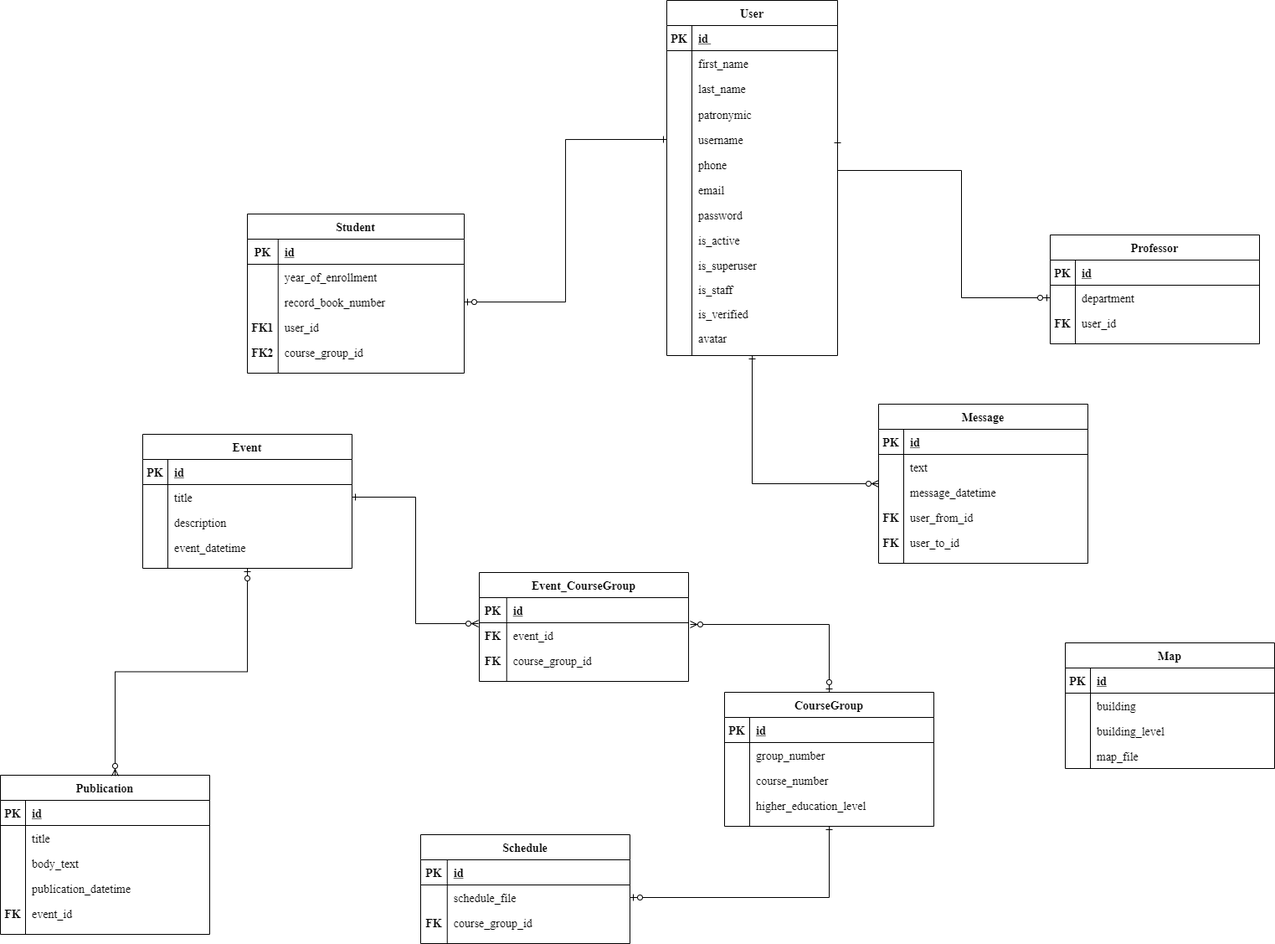
NerdSmith/MyCSF_App keeps this draw.io diagram as diagrams/ER diagram/ER diagram.png. Above is the earlier version. Source tidied: cells renumbered, new cells last; positions are measured from the earlier drawing's top-left corner, leaving out a move shared by most shapes.
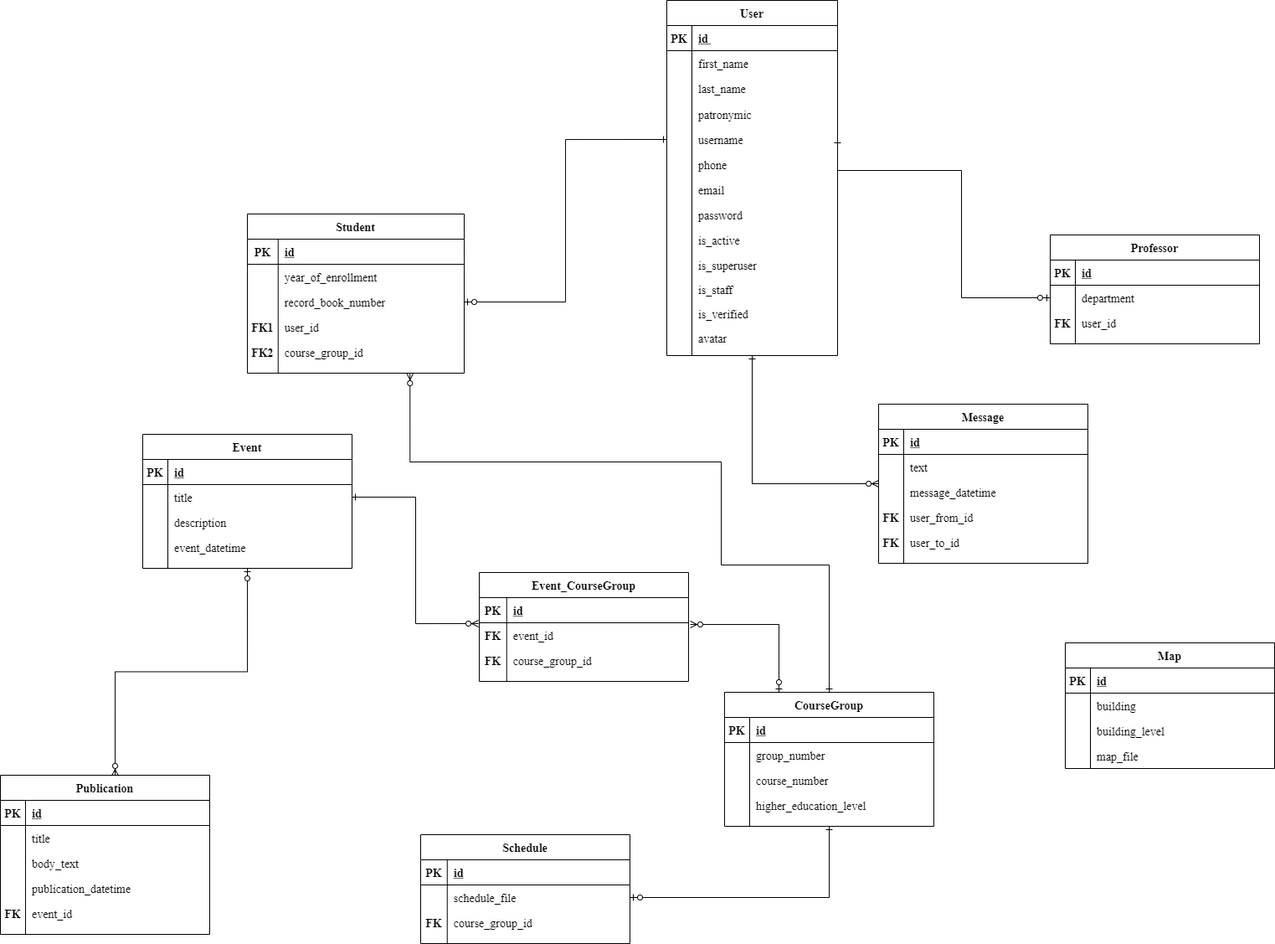
The same file after the commit.

The edit, as a diff of the source:
```diff
@@ -353,7 +353,11 @@
       <mxGeometry relative="1" as="geometry" />
     </mxCell>
     <mxCell id="117" style="edgeStyle=orthogonalEdgeStyle;rounded=0;jettySize=auto;html=1;entryX=1.008;entryY=0.067;entryDx=0;entryDy=0;entryPerimeter=0;startArrow=ERzeroToOne;startFill=1;endArrow=ERzeroToMany;endFill=1;fontSize=14;fontFamily=Times New Roman;" parent="1" edge="1" source="118" target="160">
-      <mxGeometry relative="1" as="geometry" />
+      <mxGeometry relative="1" as="geometry">
+        <Array as="points">
+          <mxPoint x="930" y="745" />
+        </Array>
+      </mxGeometry>
     </mxCell>
     <mxCell id="118" value="CourseGroup" style="shape=table;startSize=30;rowLines=0;fontStyle=1;align=center;fontSize=14;fontFamily=Times New Roman;" parent="1" vertex="1">
       <mxGeometry x="865" y="826" width="250" height="160" as="geometry" />
@@ -505,5 +509,15 @@
     <mxCell id="165" value="course_group_id" style="shape=partialRectangle;overflow=hidden;fillColor=none;top=0;left=0;bottom=0;right=0;align=left;spacingLeft=6;fontSize=14;fontFamily=Times New Roman;" parent="163" vertex="1">
       <mxGeometry x="32.8" width="217.2" height="30" as="geometry" />
     </mxCell>
+    <mxCell id="166" style="edgeStyle=orthogonalEdgeStyle;rounded=0;jettySize=auto;html=1;exitX=0.75;exitY=1;exitDx=0;exitDy=0;endArrow=ERone;endFill=0;startArrow=ERzeroToMany;startFill=1;" parent="1" edge="1" source="42" target="118">
+      <mxGeometry relative="1" as="geometry">
+        <Array as="points">
+          <mxPoint x="489" y="551" />
+          <mxPoint x="861" y="551" />
+          <mxPoint x="861" y="674" />
+          <mxPoint x="990" y="674" />
+        </Array>
+      </mxGeometry>
+    </mxCell>
   </root>
 </mxGraphModel>
```
